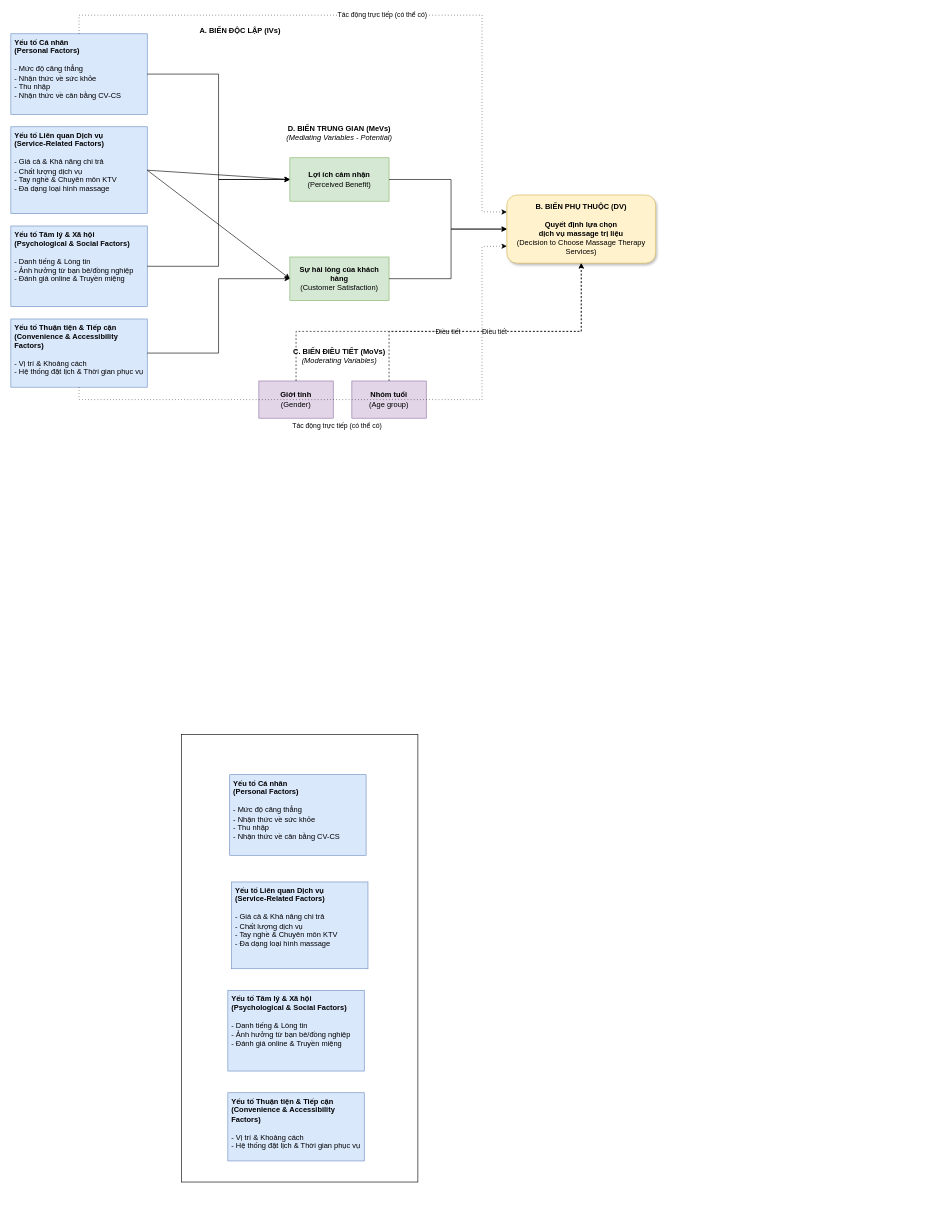
Earlier version of the draw.io diagram Chi.drawio (anhdang42392/Linux). Source tidied: cells renumbered, new cells numbered last; positions are measured from the earlier drawing's top-left corner, leaving out a move shared by most shapes. Both pictures are drawn from the tidied source at 62%, with x=0, y=0 at pixel (11, 15).
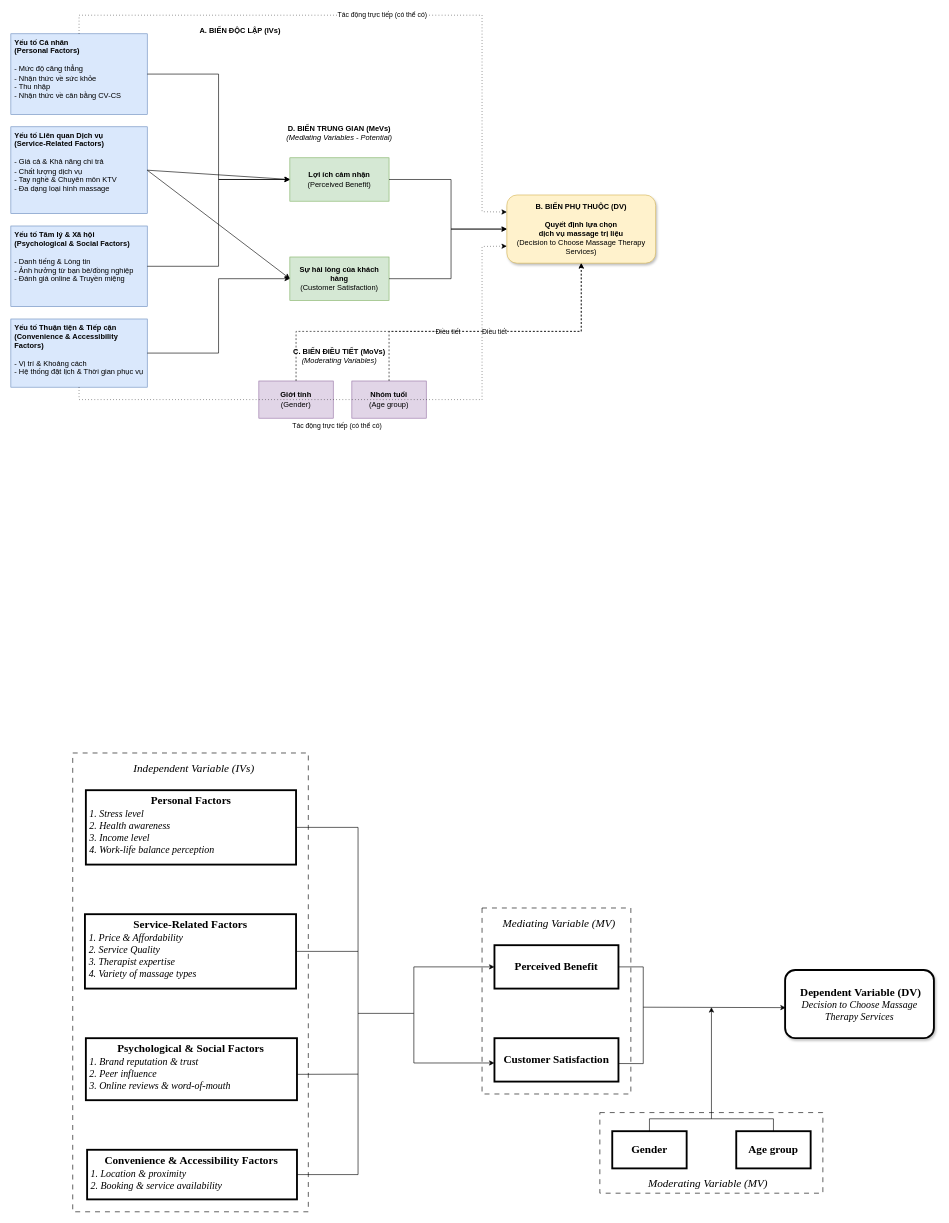
Above is the later version.

What changed in the source:
```diff
@@
-    <mxCell id="26" value="&lt;b&gt;Yếu tố Cá nhân&lt;br&gt;(Personal Factors)&lt;/b&gt;&lt;div&gt;&lt;br&gt;&lt;/div&gt;&lt;div&gt;- Mức độ căng thẳng&lt;/div&gt;&lt;div&gt;- Nhận thức về sức khỏe&lt;/div&gt;&lt;div&gt;- Thu nhập&lt;/div&gt;&lt;div&gt;- Nhận thức về cân bằng CV-CS&lt;/div&gt;" style="rounded=0;whiteSpace=wrap;html=1;align=left;verticalAlign=top;spacingLeft=4;fillColor=#dae8fc;strokeColor=#6c8ebf;" parent="1" vertex="1">
-      <mxGeometry x="353" y="1225" width="220" height="130" as="geometry" />
+    <mxCell id="26" value="&lt;b&gt;&lt;font style=&quot;&quot;&gt;&lt;div style=&quot;text-align: center;&quot;&gt;&lt;b style=&quot;background-color: transparent; color: light-dark(rgb(0, 0, 0), rgb(255, 255, 255));&quot;&gt;&lt;font style=&quot;&quot;&gt;&lt;font face=&quot;Times New Roman&quot; style=&quot;font-size: 18px;&quot;&gt;&amp;nbsp; &amp;nbsp; &amp;nbsp; &amp;nbsp; &amp;nbsp; &amp;nbsp; &amp;nbsp; &amp;nbsp; &amp;nbsp; &amp;nbsp; &amp;nbsp; Personal Factors&lt;/font&gt;&lt;/font&gt;&lt;/b&gt;&lt;/div&gt;&lt;/font&gt;&lt;/b&gt;&lt;div&gt;&lt;font face=&quot;Times New Roman&quot; size=&quot;3&quot;&gt;&lt;i&gt;1. Stress level&lt;/i&gt;&lt;/font&gt;&lt;/div&gt;&lt;div&gt;&lt;font face=&quot;Times New Roman&quot; size=&quot;3&quot;&gt;&lt;i&gt;2. Health awareness&lt;/i&gt;&lt;/font&gt;&lt;/div&gt;&lt;div&gt;&lt;font face=&quot;Times New Roman&quot; size=&quot;3&quot;&gt;&lt;i&gt;3. Income level&lt;/i&gt;&lt;/font&gt;&lt;/div&gt;&lt;div&gt;&lt;font face=&quot;Times New Roman&quot; size=&quot;3&quot;&gt;&lt;i style=&quot;&quot;&gt;4. Work-life balance perception&lt;/i&gt;&lt;/font&gt;&lt;/div&gt;" style="rounded=0;whiteSpace=wrap;html=1;align=left;verticalAlign=top;spacingLeft=4;fillColor=#FFFFFF;strokeColor=#000000;strokeWidth=3;" parent="1" vertex="1">
+      <mxGeometry x="121" y="1250" width="339" height="120" as="geometry" />
     </mxCell>
-    <mxCell id="27" value="&lt;b&gt;Yếu tố Liên quan Dịch vụ&lt;br&gt;(Service-Related Factors)&lt;/b&gt;&lt;div&gt;&lt;br&gt;&lt;/div&gt;&lt;div&gt;- Giá cả &amp;amp; Khả năng chi trả&lt;/div&gt;&lt;div&gt;- Chất lượng dịch vụ&lt;/div&gt;&lt;div&gt;- Tay nghề &amp;amp; Chuyên môn KTV&lt;/div&gt;&lt;div&gt;- Đa dạng loại hình massage&lt;/div&gt;" style="rounded=0;whiteSpace=wrap;html=1;align=left;verticalAlign=top;spacingLeft=4;fillColor=#dae8fc;strokeColor=#6c8ebf;" parent="1" vertex="1">
-      <mxGeometry x="356" y="1398" width="220" height="140" as="geometry" />
+    <mxCell id="27" value="&lt;div style=&quot;text-align: center;&quot;&gt;&lt;b style=&quot;background-color: transparent; color: light-dark(rgb(0, 0, 0), rgb(255, 255, 255));&quot;&gt;&lt;font face=&quot;Times New Roman&quot; style=&quot;font-size: 18px;&quot;&gt;&amp;nbsp;&amp;nbsp;&lt;span style=&quot;white-space: pre;&quot;&gt;&#9;&lt;/span&gt;&amp;nbsp; &amp;nbsp; &amp;nbsp; &amp;nbsp; Service-Related Factors&lt;/font&gt;&lt;/b&gt;&lt;/div&gt;&lt;div&gt;&lt;font face=&quot;Times New Roman&quot; size=&quot;3&quot;&gt;&lt;i&gt;1. Price &amp;amp; Affordability&lt;/i&gt;&lt;/font&gt;&lt;/div&gt;&lt;div&gt;&lt;font face=&quot;Times New Roman&quot; size=&quot;3&quot;&gt;&lt;i&gt;2. Service Quality&lt;/i&gt;&lt;/font&gt;&lt;/div&gt;&lt;div&gt;&lt;font face=&quot;Times New Roman&quot; size=&quot;3&quot;&gt;&lt;i&gt;3. Therapist expertise&lt;/i&gt;&lt;/font&gt;&lt;/div&gt;&lt;div&gt;&lt;font face=&quot;Times New Roman&quot; size=&quot;3&quot;&gt;&lt;i&gt;4. Variety of massage types&lt;/i&gt;&lt;/font&gt;&lt;/div&gt;" style="rounded=0;whiteSpace=wrap;html=1;align=left;verticalAlign=top;spacingLeft=4;fillColor=#FFFFFF;strokeColor=#000000;strokeWidth=3;" parent="1" vertex="1">
+      <mxGeometry x="119.5" y="1450" width="340.5" height="120" as="geometry" />
     </mxCell>
-    <mxCell id="28" value="&lt;b&gt;Yếu tố Tâm lý &amp;amp; Xã hội&lt;br&gt;(Psychological &amp;amp; Social Factors)&lt;/b&gt;&lt;div&gt;&lt;br&gt;&lt;/div&gt;&lt;div&gt;- Danh tiếng &amp;amp; Lòng tin&lt;/div&gt;&lt;div&gt;- Ảnh hưởng từ bạn bè/đồng nghiệp&lt;/div&gt;&lt;div&gt;- Đánh giá online &amp;amp; Truyền miệng&lt;/div&gt;" style="rounded=0;whiteSpace=wrap;html=1;align=left;verticalAlign=top;spacingLeft=4;fillColor=#dae8fc;strokeColor=#6c8ebf;" parent="1" vertex="1">
-      <mxGeometry x="350" y="1573" width="220" height="130" as="geometry" />
+    <mxCell id="28" value="&lt;b&gt;&lt;font face=&quot;Times New Roman&quot; style=&quot;font-size: 18px;&quot;&gt;&amp;nbsp; &amp;nbsp; &amp;nbsp; &amp;nbsp; &amp;nbsp; Psychological &amp;amp; Social Factors&lt;/font&gt;&lt;/b&gt;&lt;div&gt;&lt;font face=&quot;Times New Roman&quot; size=&quot;3&quot;&gt;&lt;i&gt;1. Brand reputation &amp;amp; trust&lt;/i&gt;&lt;/font&gt;&lt;/div&gt;&lt;div&gt;&lt;font face=&quot;Times New Roman&quot; size=&quot;3&quot;&gt;&lt;i&gt;2. Peer influence&lt;/i&gt;&lt;/font&gt;&lt;/div&gt;&lt;div&gt;&lt;font face=&quot;Times New Roman&quot; size=&quot;3&quot;&gt;&lt;i&gt;3. Online reviews &amp;amp; word-of-mouth&lt;/i&gt;&lt;/font&gt;&lt;/div&gt;" style="rounded=0;whiteSpace=wrap;html=1;align=left;verticalAlign=top;spacingLeft=4;fillColor=#FFFFFF;strokeColor=#000000;strokeWidth=3;" parent="1" vertex="1">
+      <mxGeometry x="121" y="1650" width="340.5" height="100" as="geometry" />
     </mxCell>
-    <mxCell id="29" value="&lt;b&gt;Yếu tố Thuận tiện &amp;amp; Tiếp cận&lt;br&gt;(Convenience &amp;amp; Accessibility Factors)&lt;/b&gt;&lt;div&gt;&lt;br&gt;&lt;/div&gt;&lt;div&gt;- Vị trí &amp;amp; Khoảng cách&lt;/div&gt;&lt;div&gt;- Hệ thống đặt lịch &amp;amp; Thời gian phục vụ&lt;/div&gt;" style="rounded=0;whiteSpace=wrap;html=1;align=left;verticalAlign=top;spacingLeft=4;fillColor=#dae8fc;strokeColor=#6c8ebf;" parent="1" vertex="1">
-      <mxGeometry x="350" y="1738" width="220" height="110" as="geometry" />
+    <mxCell id="29" value="&lt;b&gt;&lt;font face=&quot;Times New Roman&quot; style=&quot;font-size: 18px;&quot;&gt;&amp;nbsp; &amp;nbsp; &amp;nbsp;Convenience &amp;amp; Accessibility Factors&lt;/font&gt;&lt;/b&gt;&lt;div&gt;&lt;font face=&quot;Times New Roman&quot; size=&quot;3&quot;&gt;&lt;i&gt;1. Location &amp;amp; proximity&lt;/i&gt;&lt;/font&gt;&lt;/div&gt;&lt;div&gt;&lt;font face=&quot;Times New Roman&quot; size=&quot;3&quot;&gt;&lt;i&gt;2. Booking &amp;amp; service availability&lt;/i&gt;&lt;/font&gt;&lt;/div&gt;" style="rounded=0;whiteSpace=wrap;html=1;align=left;verticalAlign=top;spacingLeft=4;fillColor=#FFFFFF;strokeColor=#000000;strokeWidth=3;" parent="1" vertex="1">
+      <mxGeometry x="123" y="1830" width="338.5" height="80" as="geometry" />
     </mxCell>
-    <mxCell id="30" style="rounded=0;whiteSpace=wrap;html=1;fillColor=none;" parent="1" vertex="1">
-      <mxGeometry x="275.5" y="1160" width="381" height="722" as="geometry" />
+    <mxCell id="30" style="rounded=0;whiteSpace=wrap;html=1;fillColor=none;strokeColor=#000000;strokeWidth=1;dashed=1;dashPattern=8 8;" parent="1" vertex="1">
+      <mxGeometry x="99.8" y="1190" width="380" height="740" as="geometry" />
     </mxCell>
+    <mxCell id="31" value="&lt;font face=&quot;Times New Roman&quot; style=&quot;font-size: 18px;&quot;&gt;&lt;i&gt;Independent Variable (IVs)&lt;/i&gt;&lt;/font&gt;" style="text;html=1;align=center;verticalAlign=middle;whiteSpace=wrap;rounded=0;strokeColor=none;strokeWidth=3;" parent="1" vertex="1">
+      <mxGeometry x="171.2" y="1200" width="248.8" height="30" as="geometry" />
+    </mxCell>
+    <mxCell id="32" value="&lt;div&gt;&lt;font style=&quot;font-size: 18px;&quot; face=&quot;Times New Roman&quot;&gt;&lt;b&gt;Perceived Benefit&lt;/b&gt;&lt;/font&gt;&lt;/div&gt;" style="rounded=0;whiteSpace=wrap;html=1;fillColor=#FFFFFF;strokeColor=#000000;strokeWidth=3;" parent="1" vertex="1">
+      <mxGeometry x="780" y="1500" width="200" height="70" as="geometry" />
+    </mxCell>
+    <mxCell id="33" value="&lt;div&gt;&lt;font style=&quot;font-size: 18px;&quot; face=&quot;Times New Roman&quot;&gt;&lt;b&gt;Customer Satisfaction&lt;/b&gt;&lt;/font&gt;&lt;/div&gt;" style="rounded=0;whiteSpace=wrap;html=1;fillColor=#FFFFFF;strokeColor=#000000;strokeWidth=3;" parent="1" vertex="1">
+      <mxGeometry x="780" y="1650" width="200" height="70" as="geometry" />
+    </mxCell>
+    <mxCell id="34" style="rounded=0;whiteSpace=wrap;html=1;fillColor=none;strokeColor=#000000;strokeWidth=1;dashed=1;dashPattern=8 8;" parent="1" vertex="1">
+      <mxGeometry x="760" y="1440" width="240" height="300" as="geometry" />
+    </mxCell>
+    <mxCell id="35" value="&lt;font face=&quot;Times New Roman&quot; style=&quot;font-size: 18px;&quot;&gt;&lt;i&gt;Mediating Variable (MV)&lt;/i&gt;&lt;/font&gt;" style="text;html=1;align=center;verticalAlign=middle;whiteSpace=wrap;rounded=0;strokeColor=none;strokeWidth=3;" parent="1" vertex="1">
+      <mxGeometry x="760" y="1450" width="248.8" height="30" as="geometry" />
+    </mxCell>
+    <mxCell id="36" value="&lt;b&gt;&lt;font style=&quot;font-size: 18px;&quot; face=&quot;Times New Roman&quot;&gt;Gender&lt;/font&gt;&lt;/b&gt;" style="rounded=0;whiteSpace=wrap;html=1;fillColor=#FFFFFF;strokeColor=#000000;strokeWidth=3;" parent="1" vertex="1">
+      <mxGeometry x="970" y="1800" width="120" height="60" as="geometry" />
+    </mxCell>
+    <mxCell id="37" value="&lt;b&gt;&lt;font style=&quot;font-size: 18px;&quot; face=&quot;Times New Roman&quot;&gt;Age group&lt;/font&gt;&lt;/b&gt;" style="rounded=0;whiteSpace=wrap;html=1;fillColor=#FFFFFF;strokeColor=#000000;strokeWidth=3;" parent="1" vertex="1">
+      <mxGeometry x="1170" y="1800" width="120" height="60" as="geometry" />
+    </mxCell>
+    <mxCell id="38" style="rounded=0;whiteSpace=wrap;html=1;fillColor=none;strokeColor=#000000;strokeWidth=1;dashed=1;dashPattern=8 8;" parent="1" vertex="1">
+      <mxGeometry x="950" y="1770" width="359.7" height="130" as="geometry" />
+    </mxCell>
+    <mxCell id="39" value="&lt;font face=&quot;Times New Roman&quot; style=&quot;font-size: 18px;&quot;&gt;&lt;i&gt;Moderating Variable (MV)&lt;/i&gt;&lt;/font&gt;" style="text;html=1;align=center;verticalAlign=middle;whiteSpace=wrap;rounded=0;strokeColor=none;strokeWidth=3;" parent="1" vertex="1">
+      <mxGeometry x="1000" y="1870" width="248.8" height="30" as="geometry" />
+    </mxCell>
+    <mxCell id="40" value="&lt;b&gt;&lt;font style=&quot;font-size: 16px;&quot; face=&quot;Times New Roman&quot;&gt;&amp;nbsp;&lt;/font&gt;&lt;font style=&quot;font-size: 18px;&quot; face=&quot;Times New Roman&quot;&gt;Dependent Variable (DV)&lt;/font&gt;&lt;/b&gt;&lt;div&gt;&lt;font size=&quot;3&quot; face=&quot;Times New Roman&quot;&gt;&lt;i&gt;Decision to Choose Massage Therapy Services&lt;/i&gt;&lt;/font&gt;&lt;/div&gt;" style="rounded=1;whiteSpace=wrap;html=1;fillColor=#FFFFFF;strokeColor=#000000;shadow=1;strokeWidth=3;" parent="1" vertex="1">
+      <mxGeometry x="1248.8" y="1540" width="240" height="110" as="geometry" />
+    </mxCell>
+    <mxCell id="41" style="endArrow=none;html=1;rounded=0;exitX=1;exitY=0.5;exitDx=0;exitDy=0;entryX=1;entryY=0.5;entryDx=0;entryDy=0;" parent="1" edge="1" source="26" target="29">
+      <mxGeometry relative="1" as="geometry">
+        <Array as="points">
+          <mxPoint x="560" y="1310" />
+          <mxPoint x="560" y="1870" />
+        </Array>
+      </mxGeometry>
+    </mxCell>
+    <mxCell id="42" style="endArrow=none;html=1;rounded=0;exitX=1;exitY=0.5;exitDx=0;exitDy=0;" parent="1" edge="1" source="27">
+      <mxGeometry relative="1" as="geometry">
+        <mxPoint x="560" y="1510" as="targetPoint" />
+      </mxGeometry>
+    </mxCell>
+    <mxCell id="43" style="endArrow=none;html=1;rounded=0;exitX=0.999;exitY=0.583;exitDx=0;exitDy=0;exitPerimeter=0;" parent="1" edge="1" source="28">
+      <mxGeometry relative="1" as="geometry">
+        <mxPoint x="560" y="1708" as="targetPoint" />
+      </mxGeometry>
+    </mxCell>
+    <mxCell id="44" style="endArrow=none;html=1;rounded=0;" parent="1" edge="1">
+      <mxGeometry relative="1" as="geometry">
+        <mxPoint x="560" y="1610" as="sourcePoint" />
+        <mxPoint x="650" y="1610" as="targetPoint" />
+      </mxGeometry>
+    </mxCell>
+    <mxCell id="45" style="endArrow=classic;html=1;rounded=0;entryX=0;entryY=0.5;entryDx=0;entryDy=0;" parent="1" edge="1" target="32">
+      <mxGeometry relative="1" as="geometry">
+        <mxPoint x="650" y="1610" as="sourcePoint" />
+        <Array as="points">
+          <mxPoint x="650" y="1535" />
+        </Array>
+      </mxGeometry>
+    </mxCell>
+    <mxCell id="46" style="endArrow=classic;html=1;rounded=0;entryX=0;entryY=0.571;entryDx=0;entryDy=0;entryPerimeter=0;" parent="1" edge="1" target="33">
+      <mxGeometry relative="1" as="geometry">
+        <mxPoint x="650" y="1610" as="sourcePoint" />
+        <Array as="points">
+          <mxPoint x="650" y="1690" />
+        </Array>
+      </mxGeometry>
+    </mxCell>
+    <mxCell id="47" style="endArrow=none;html=1;rounded=0;entryX=1;entryY=0.5;entryDx=0;entryDy=0;exitX=1.004;exitY=0.584;exitDx=0;exitDy=0;exitPerimeter=0;" parent="1" edge="1" source="33" target="32">
+      <mxGeometry relative="1" as="geometry">
+        <Array as="points">
+          <mxPoint x="1020" y="1691" />
+          <mxPoint x="1020" y="1535" />
+        </Array>
+      </mxGeometry>
+    </mxCell>
+    <mxCell id="48" style="endArrow=classic;html=1;rounded=0;entryX=0.004;entryY=0.552;entryDx=0;entryDy=0;entryPerimeter=0;" parent="1" edge="1" target="40">
+      <mxGeometry relative="1" as="geometry">
+        <mxPoint x="1020" y="1600" as="sourcePoint" />
+      </mxGeometry>
+    </mxCell>
+    <mxCell id="49" style="endArrow=none;html=1;rounded=0;exitX=0.5;exitY=0;exitDx=0;exitDy=0;entryX=0.5;entryY=0;entryDx=0;entryDy=0;" parent="1" edge="1" source="36" target="37">
+      <mxGeometry relative="1" as="geometry">
+        <Array as="points">
+          <mxPoint x="1030" y="1780" />
+          <mxPoint x="1230" y="1780" />
+        </Array>
+      </mxGeometry>
+    </mxCell>
+    <mxCell id="50" style="endArrow=classic;html=1;rounded=0;" parent="1" edge="1">
+      <mxGeometry relative="1" as="geometry">
+        <mxPoint x="1130" y="1780" as="sourcePoint" />
+        <mxPoint x="1130" y="1600" as="targetPoint" />
+      </mxGeometry>
+    </mxCell>
```
